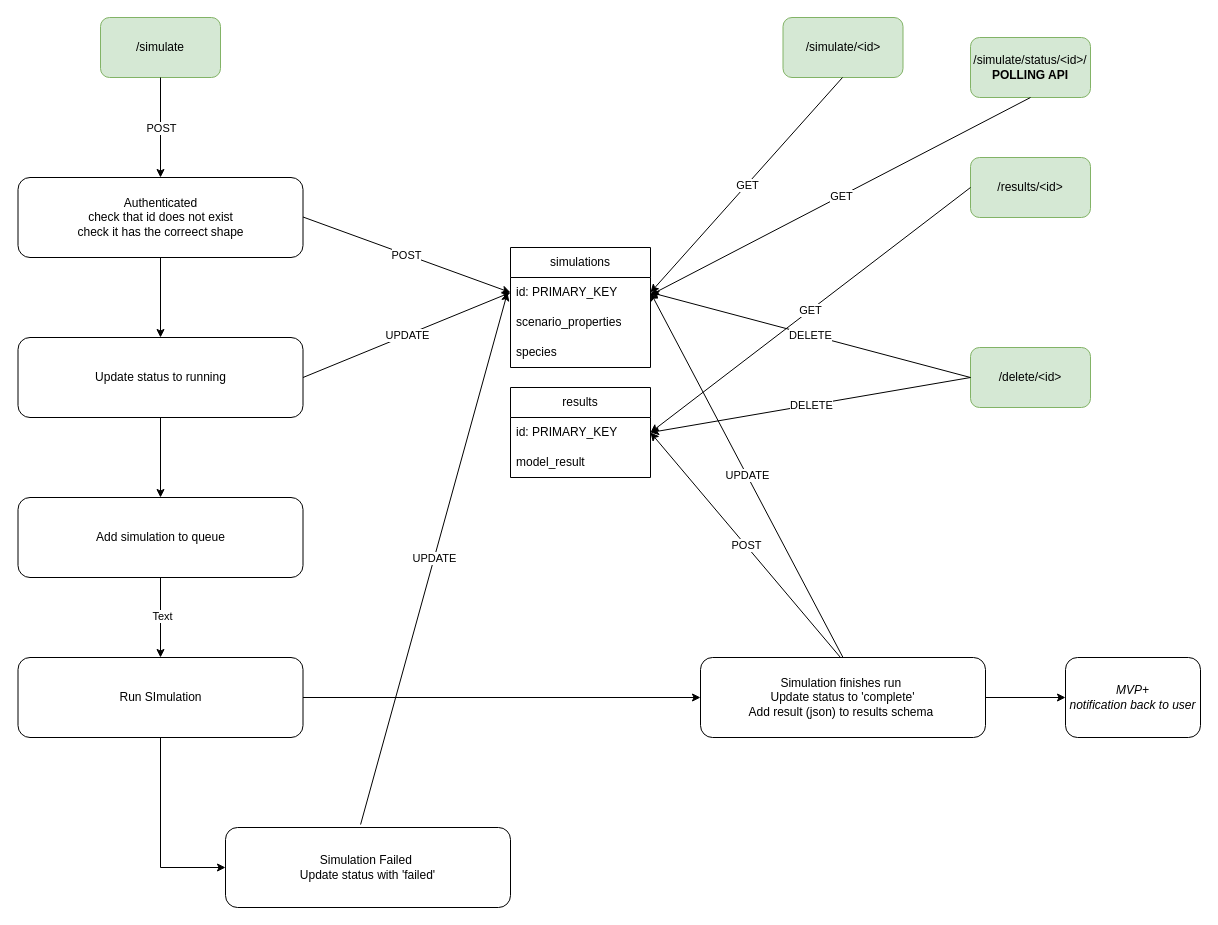
blueriver212/pyssem-api keeps this draw.io diagram as pyssem-api.drawio. Above is the earlier version. Source tidied: cells renumbered, new cells numbered last; positions are measured from the earlier drawing's top-left corner, leaving out a move shared by most shapes. Both pictures are drawn from the tidied source at 100%, with x=0, y=0 at pixel (18, 17).
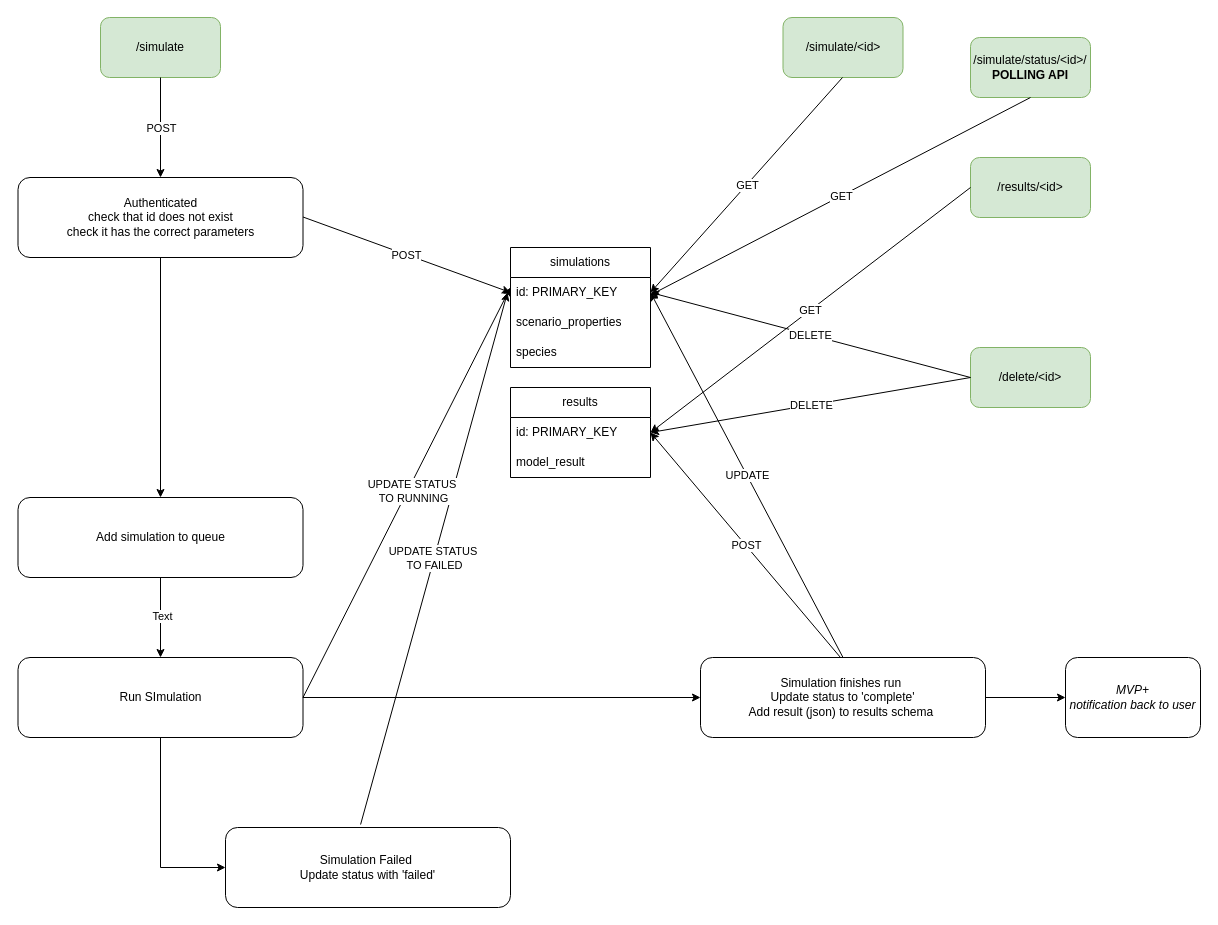
Above is the later version.

Unchanged cells that the change refers to:
```xml
<mxCell id="6" value="id: PRIMARY_KEY" style="text;strokeColor=none;fillColor=none;align=left;verticalAlign=middle;spacingLeft=4;spacingRight=4;overflow=hidden;points=[[0,0.5],[1,0.5]];portConstraint=eastwest;whiteSpace=wrap;html=1;" parent="5" vertex="1">
  <mxGeometry y="30" width="140" height="30" as="geometry" />
</mxCell>
<mxCell id="20" value="Add simulation to queue" style="rounded=1;whiteSpace=wrap;html=1;" parent="1" vertex="1">
  <mxGeometry x="-0.5" y="480" width="285" height="80" as="geometry" />
</mxCell>
<mxCell id="23" value="Run SImulation" style="rounded=1;whiteSpace=wrap;html=1;" parent="1" vertex="1">
  <mxGeometry x="-0.5" y="640" width="285" height="80" as="geometry" />
</mxCell>
<mxCell id="44" style="endArrow=classic;html=1;rounded=0;entryX=1;entryY=0.5;entryDx=0;entryDy=0;exitX=0.474;exitY=-0.037;exitDx=0;exitDy=0;exitPerimeter=0;" parent="1" edge="1" source="24">
  <mxGeometry relative="1" as="geometry">
    <mxPoint x="489" y="275" as="targetPoint" />
  </mxGeometry>
</mxCell>
```

Diff of the diagram source:
```diff
@@
-    <mxCell id="3" style="edgeStyle=orthogonalEdgeStyle;rounded=0;jettySize=auto;html=1;" parent="1" edge="1" source="4" target="15">
+    <mxCell id="3" style="edgeStyle=orthogonalEdgeStyle;rounded=0;jettySize=auto;html=1;" parent="1" edge="1" source="4" target="20">
       <mxGeometry relative="1" as="geometry" />
     </mxCell>
-    <mxCell id="4" value="&lt;div&gt;Authenticated&lt;/div&gt;check that id does not exist&lt;div&gt;check it has the correect shape&lt;/div&gt;" style="rounded=1;whiteSpace=wrap;html=1;" parent="1" vertex="1">
+    <mxCell id="4" value="&lt;div&gt;Authenticated&lt;/div&gt;check that id does not exist&lt;div&gt;check it has the correct parameters&lt;/div&gt;" style="rounded=1;whiteSpace=wrap;html=1;" parent="1" vertex="1">
       <mxGeometry x="-0.5" y="160" width="285" height="80" as="geometry" />
     </mxCell>
@@
-    <mxCell id="14" style="edgeStyle=orthogonalEdgeStyle;rounded=0;jettySize=auto;html=1;" parent="1" edge="1" source="15" target="20">
-      <mxGeometry relative="1" as="geometry" />
-    </mxCell>
-    <mxCell id="15" value="Update status to running" style="rounded=1;whiteSpace=wrap;html=1;" parent="1" vertex="1">
-      <mxGeometry x="-0.5" y="320" width="285" height="80" as="geometry" />
-    </mxCell>
-    <mxCell id="16" style="endArrow=classic;html=1;rounded=0;entryX=0;entryY=0.5;entryDx=0;entryDy=0;" parent="1" edge="1" target="6">
-      <mxGeometry relative="1" as="geometry">
-        <mxPoint x="284.5" y="360" as="sourcePoint" />
-      </mxGeometry>
-    </mxCell>
-    <mxCell id="17" value="UPDATE" style="edgeLabel;html=1;align=center;verticalAlign=middle;" parent="16" vertex="1">
-      <mxGeometry relative="1" as="geometry" />
-    </mxCell>
@@
-    <mxCell id="45" value="UPDATE" style="edgeLabel;html=1;align=center;verticalAlign=middle;" parent="44" vertex="1">
+    <mxCell id="45" value="UPDATE STATUS&amp;nbsp;&lt;div&gt;TO FAILED&lt;/div&gt;" style="edgeLabel;html=1;align=center;verticalAlign=middle;" parent="44" vertex="1">
       <mxGeometry relative="1" as="geometry" />
     </mxCell>
@@
+    <mxCell id="50" style="endArrow=classic;html=1;rounded=0;entryX=1;entryY=0.5;entryDx=0;entryDy=0;exitX=1;exitY=0.5;exitDx=0;exitDy=0;" parent="1" edge="1" source="23">
+      <mxGeometry relative="1" as="geometry">
+        <mxPoint x="492" y="270" as="targetPoint" />
+      </mxGeometry>
+    </mxCell>
+    <mxCell id="51" value="UPDATE STATUS&amp;nbsp;&lt;div&gt;TO RUNNING&lt;/div&gt;" style="edgeLabel;html=1;align=center;verticalAlign=middle;" parent="50" vertex="1">
+      <mxGeometry x="0.02" y="-5" relative="1" as="geometry" />
+    </mxCell>
```
